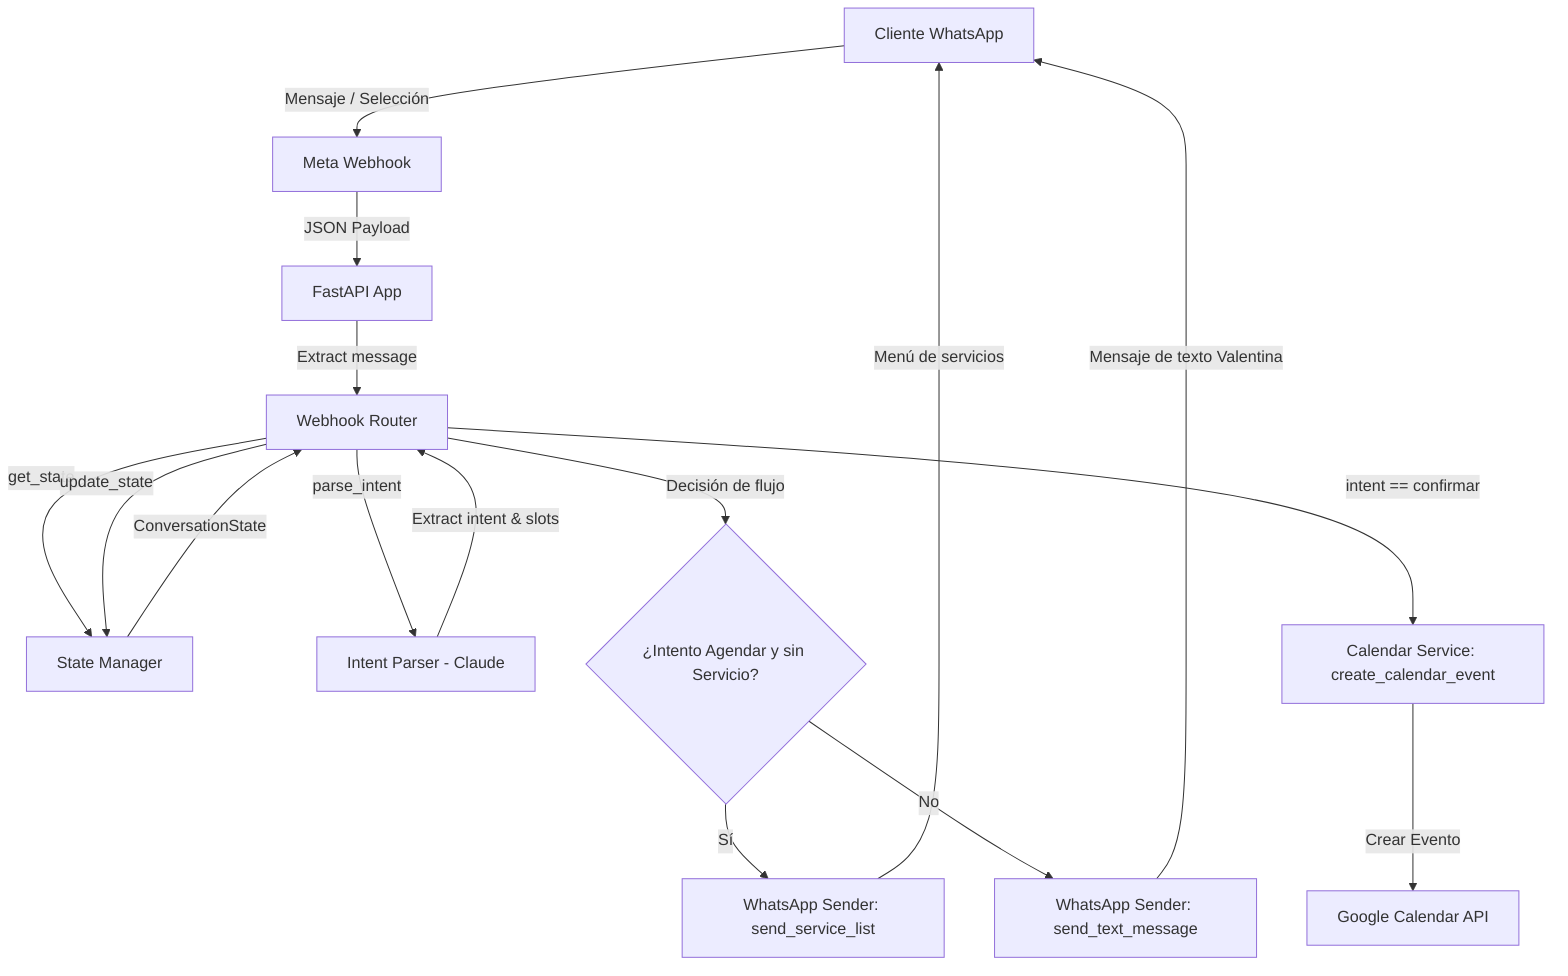
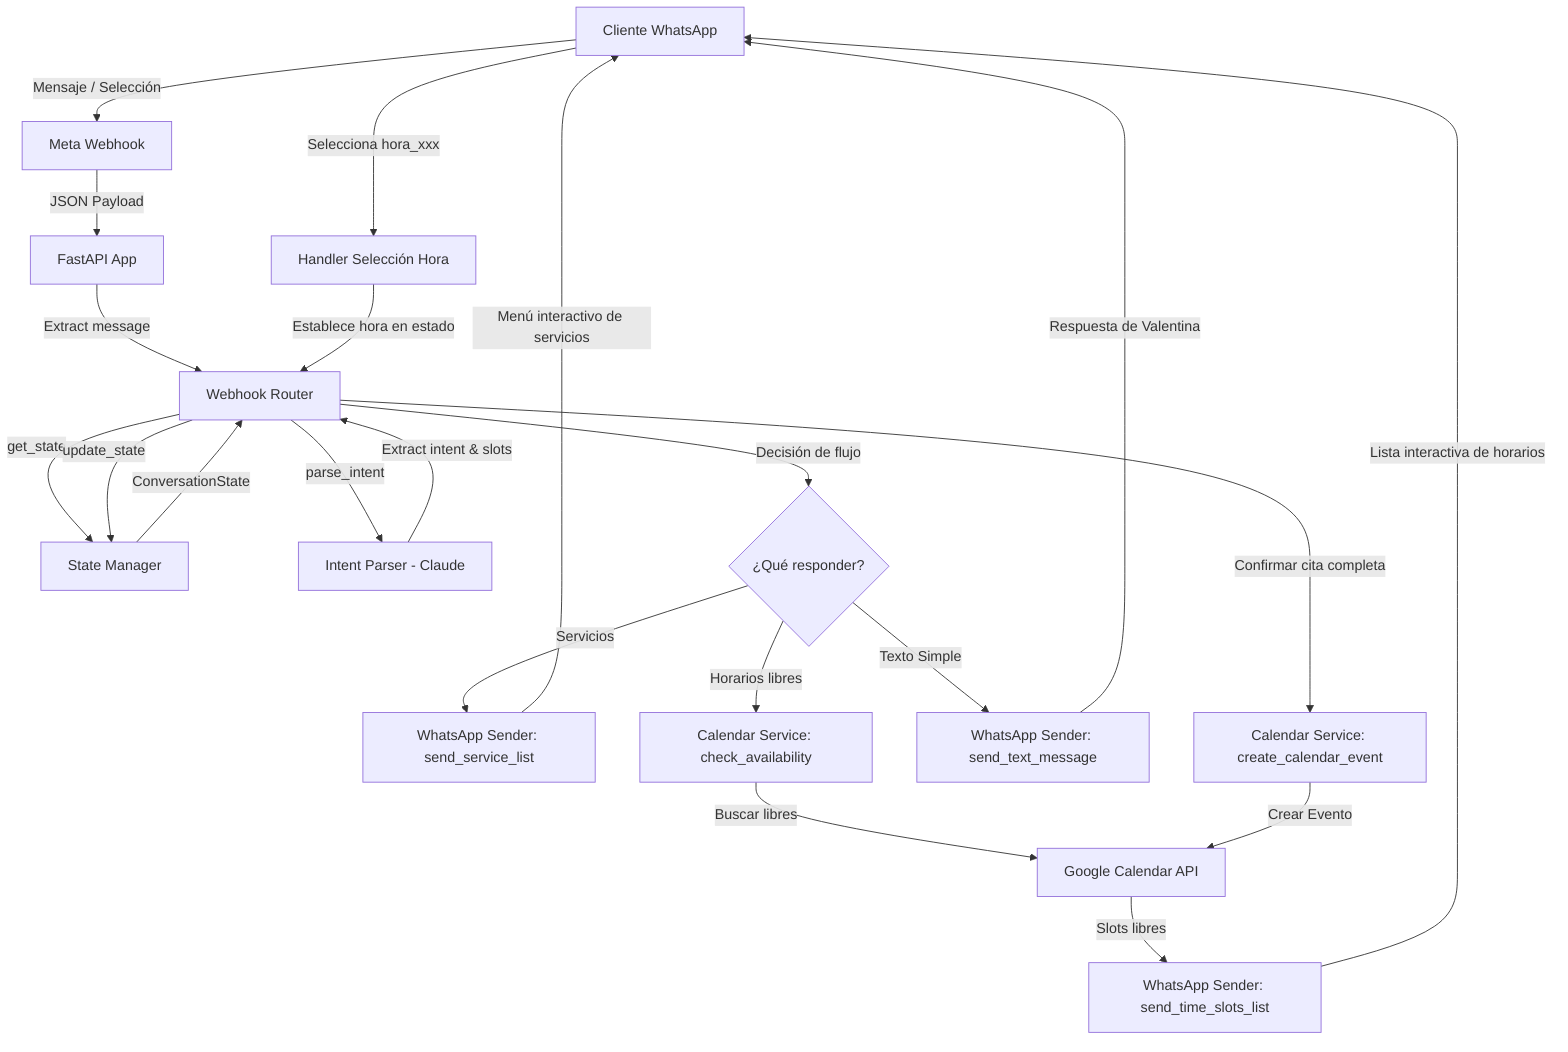
graph TD
    User[Cliente WhatsApp] -->|Mensaje / Selección| Webhook[Meta Webhook]
    Webhook -->|JSON Payload| FastAPI[FastAPI App]
    FastAPI -->|Extract message| WebhookRouter[Webhook Router]

    WebhookRouter -->|get_state| StateManager[State Manager]
    StateManager -->|ConversationState| WebhookRouter

    WebhookRouter -->|parse_intent| IntentParser[Intent Parser - Claude]
    IntentParser -->|Extract intent & slots| WebhookRouter

    WebhookRouter -->|update_state| StateManager

-     WebhookRouter -->|Decisión de flujo| FlowBranch{¿Intento Agendar y sin Servicio?}
-     FlowBranch -->|Sí| SendInteractive[WhatsApp Sender: send_service_list]
-     FlowBranch -->|No| SendText[WhatsApp Sender: send_text_message]
+     WebhookRouter -->|Decisión de flujo| FlowBranch{¿Qué responder?}
+     FlowBranch -->|Servicios| SendServices[WhatsApp Sender: send_service_list]
+     FlowBranch -->|Horarios libres| CheckCalendar[Calendar Service: check_availability]
+     FlowBranch -->|Texto Simple| SendText[WhatsApp Sender: send_text_message]

-     WebhookRouter -->|intent == confirmar| GoogleCalendar[Calendar Service: create_calendar_event]
-     GoogleCalendar -->|Crear Evento| GoogleCalendarAPI[Google Calendar API]
+     CheckCalendar -->|Buscar libres| GoogleCalendarAPI[Google Calendar API]
+     GoogleCalendarAPI -->|Slots libres| SendSlots[WhatsApp Sender: send_time_slots_list]

-     SendInteractive -->|Menú de servicios| User
-     SendText -->|Mensaje de texto Valentina| User
+     User -->|Selecciona hora_xxx| InteractiveHour[Handler Selección Hora]
+     InteractiveHour -->|Establece hora en estado| WebhookRouter

+     WebhookRouter -->|Confirmar cita completa| GoogleCalendar[Calendar Service: create_calendar_event]
+     GoogleCalendar -->|Crear Evento| GoogleCalendarAPI
+ 
+     SendServices -->|Menú interactivo de servicios| User
+     SendSlots -->|Lista interactiva de horarios| User
+     SendText -->|Respuesta de Valentina| User
+ 
